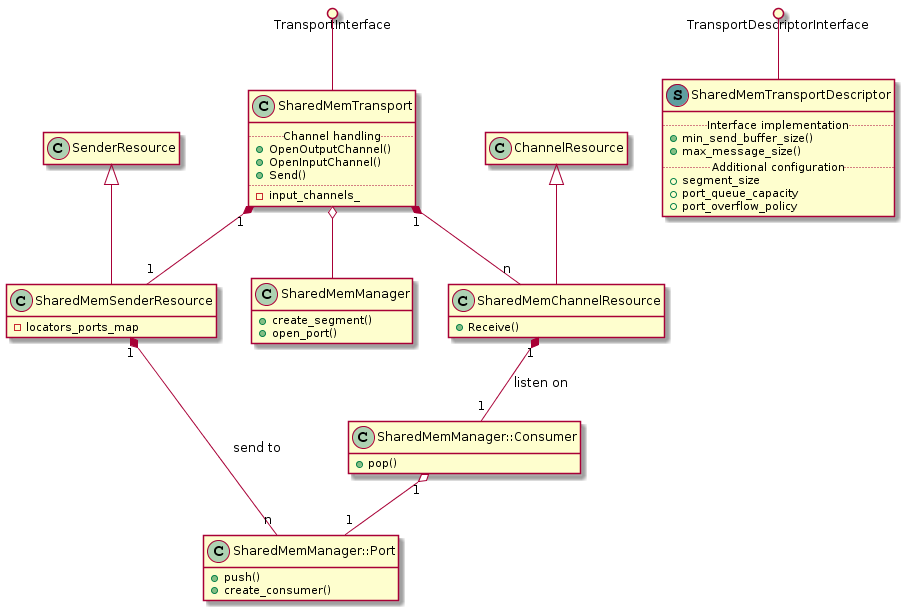
eProsima/Fast-DDS keeps this PlantUML diagram as doc/proposals/shared-memory-transport/eprosima/interprocess_shared_mem2.png. Above is the earlier version.
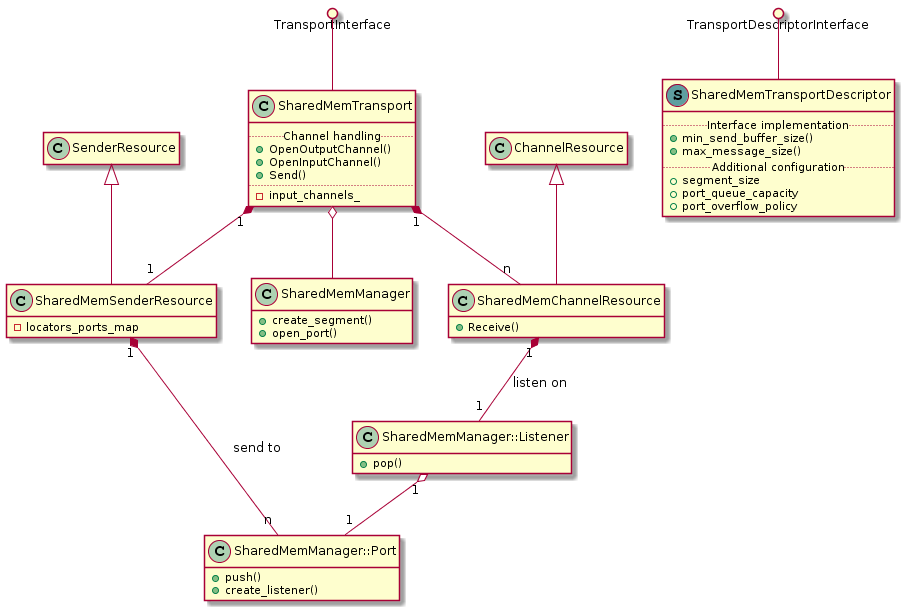
Above is the later version.

Diff of the diagram source:
```diff
@@ -43,10 +43,10 @@
 
 class SharedMemManager::Port {
     +push()
-    +create_consumer()
+    +create_listener()
 }
 
-class SharedMemManager::Consumer {
+class SharedMemManager::Listener {
     +pop()
 }
 
@@ -57,7 +57,7 @@
 SharedMemTransport "1" *-- "n" SharedMemChannelResource
 SenderResource <|-- SharedMemSenderResource
 SharedMemTransport "1" *-- "1" SharedMemSenderResource
-SharedMemChannelResource "1" *-- "1" SharedMemManager::Consumer : listen on
-SharedMemManager::Consumer "1" o-- "1" SharedMemManager::Port
+SharedMemChannelResource "1" *-- "1" SharedMemManager::Listener : listen on
+SharedMemManager::Listener "1" o-- "1" SharedMemManager::Port
 SharedMemSenderResource "1" *-- "n" SharedMemManager::Port : send to
 @enduml
```
